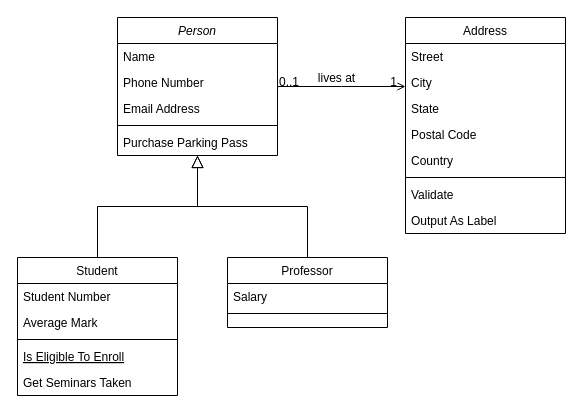
Before: worldModel.drawio in csgeneral/uml-cssyj, a draw.io diagram. Source tidied: cells renumbered, new cells numbered last; positions are measured from the earlier drawing's top-left corner, leaving out a move shared by most shapes. Both pictures are drawn from the tidied source at 100%, with x=0, y=0 at pixel (17, 17).
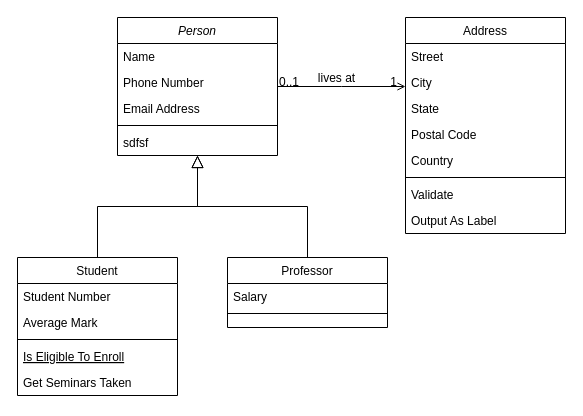
The same page after the edit.

Unchanged cells that the change refers to:
```xml
<mxCell id="2" value="Person" style="swimlane;fontStyle=2;align=center;verticalAlign=top;horizontal=1;startSize=26;rounded=0;shadow=0;strokeWidth=1;" parent="1" vertex="1">
  <mxGeometry x="100" width="160" height="138" as="geometry" />
</mxCell>
```

The edit, as a diff of the source:
```diff
@@
-    <mxCell id="7" value="Purchase Parking Pass" style="text;align=left;verticalAlign=top;spacingLeft=4;spacingRight=4;overflow=hidden;" parent="2" vertex="1">
+    <mxCell id="7" value="sdfsf" style="text;align=left;verticalAlign=top;spacingLeft=4;spacingRight=4;overflow=hidden;" parent="2" vertex="1">
       <mxGeometry y="112" width="160" height="26" as="geometry" />
     </mxCell>
```
